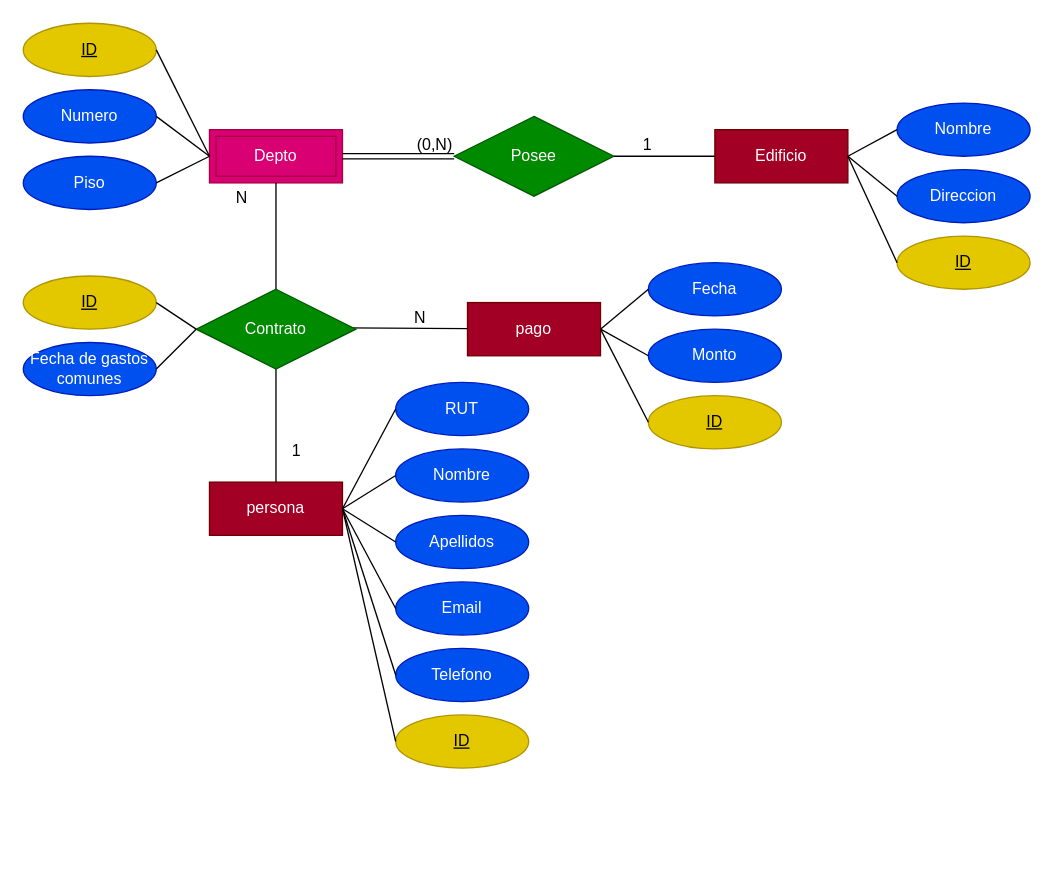
This is Graphs/conserjeriaMR.drawio from MatiassOrellana/NewConsejeria, a draw.io file, before an edit. Source tidied: cells renumbered, new cells numbered last; positions are measured from the earlier drawing's top-left corner, leaving out a move shared by most shapes. Both pictures are drawn from the tidied source at 133%, with x=0, y=0 at pixel (23, 23).
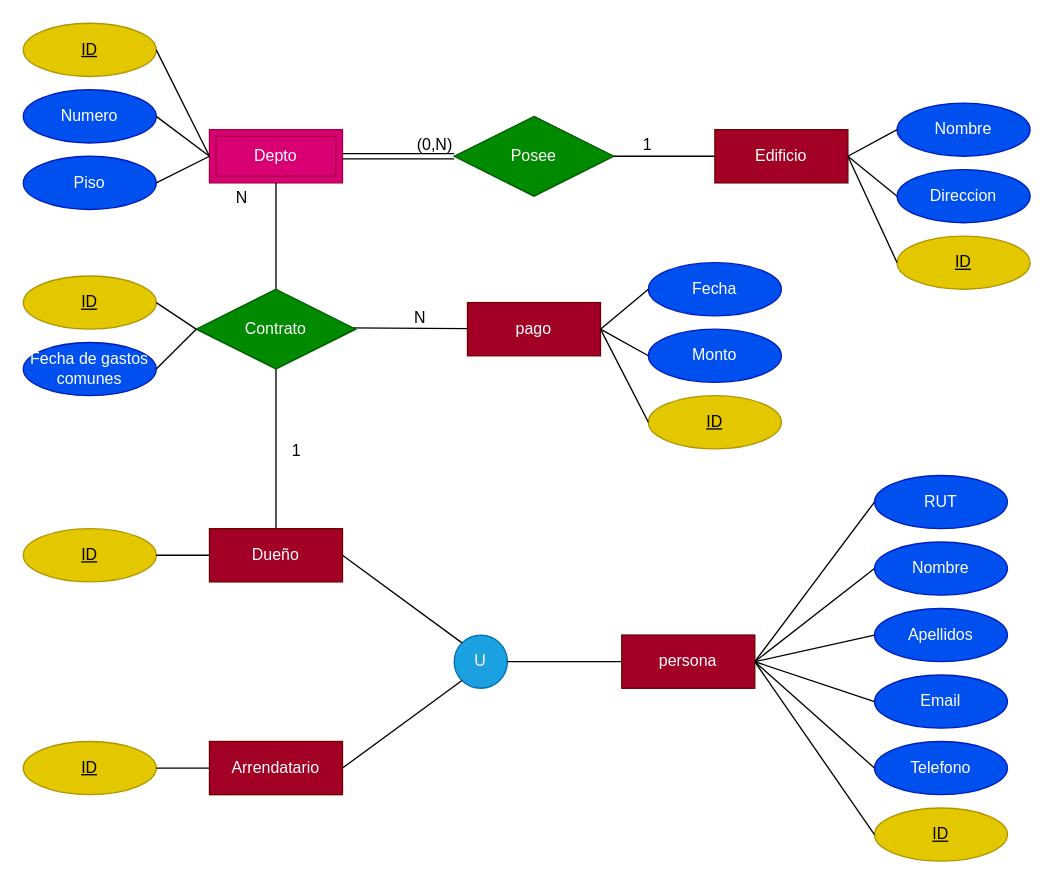
After the change.

Commit message (it also covers changes not shown here):
Modelo ER modificado

Unchanged cells that the change refers to:
```xml
<mxCell id="23" value="Contrato" style="shape=rhombus;perimeter=rhombusPerimeter;whiteSpace=wrap;html=1;align=center;fillColor=#008a00;fontColor=#ffffff;strokeColor=#005700;" parent="1" vertex="1">
  <mxGeometry x="130" y="200" width="120" height="60" as="geometry" />
</mxCell>
```

Diff of the diagram source:
```diff
@@
     <mxCell id="3" value="persona" style="whiteSpace=wrap;html=1;align=center;fillColor=#a20025;fontColor=#ffffff;strokeColor=#6F0000;" parent="1" vertex="1">
-      <mxGeometry x="140" y="345" width="100" height="40" as="geometry" />
+      <mxGeometry x="450" y="460" width="100" height="40" as="geometry" />
     </mxCell>
@@
-    <mxCell id="13" style="endArrow=none;html=1;rounded=0;exitX=0.5;exitY=0;exitDx=0;exitDy=0;entryX=0.5;entryY=1;entryDx=0;entryDy=0;" parent="1" edge="1" source="3" target="23">
+    <mxCell id="13" style="endArrow=none;html=1;rounded=0;entryX=0.5;entryY=1;entryDx=0;entryDy=0;exitX=0.5;exitY=0;exitDx=0;exitDy=0;" parent="1" edge="1" source="52" target="23">
       <mxGeometry relative="1" as="geometry" />
     </mxCell>
@@
     <mxCell id="32" value="RUT" style="ellipse;whiteSpace=wrap;html=1;align=center;fillColor=#0050ef;fontColor=#ffffff;strokeColor=#001DBC;" parent="1" vertex="1">
-      <mxGeometry x="280" y="270" width="100" height="40" as="geometry" />
+      <mxGeometry x="640" y="340" width="100" height="40" as="geometry" />
     </mxCell>
     <mxCell id="33" value="Nombre" style="ellipse;whiteSpace=wrap;html=1;align=center;fillColor=#0050ef;fontColor=#ffffff;strokeColor=#001DBC;" parent="1" vertex="1">
-      <mxGeometry x="280" y="320" width="100" height="40" as="geometry" />
+      <mxGeometry x="640" y="390" width="100" height="40" as="geometry" />
     </mxCell>
     <mxCell id="34" value="Apellidos" style="ellipse;whiteSpace=wrap;html=1;align=center;fillColor=#0050ef;fontColor=#ffffff;strokeColor=#001DBC;" parent="1" vertex="1">
-      <mxGeometry x="280" y="370" width="100" height="40" as="geometry" />
+      <mxGeometry x="640" y="440" width="100" height="40" as="geometry" />
     </mxCell>
     <mxCell id="35" value="Email" style="ellipse;whiteSpace=wrap;html=1;align=center;fillColor=#0050ef;fontColor=#ffffff;strokeColor=#001DBC;" parent="1" vertex="1">
-      <mxGeometry x="280" y="420" width="100" height="40" as="geometry" />
+      <mxGeometry x="640" y="490" width="100" height="40" as="geometry" />
     </mxCell>
     <mxCell id="36" value="Telefono" style="ellipse;whiteSpace=wrap;html=1;align=center;fillColor=#0050ef;fontColor=#ffffff;strokeColor=#001DBC;" parent="1" vertex="1">
-      <mxGeometry x="280" y="470" width="100" height="40" as="geometry" />
+      <mxGeometry x="640" y="540" width="100" height="40" as="geometry" />
     </mxCell>
@@
     <mxCell id="46" value="ID" style="ellipse;whiteSpace=wrap;html=1;align=center;fontStyle=4;fillColor=#e3c800;fontColor=#000000;strokeColor=#B09500;" parent="1" vertex="1">
-      <mxGeometry x="280" y="520" width="100" height="40" as="geometry" />
+      <mxGeometry x="640" y="590" width="100" height="40" as="geometry" />
     </mxCell>
@@
+    <mxCell id="52" value="Dueño" style="whiteSpace=wrap;html=1;align=center;fillColor=#a20025;fontColor=#ffffff;strokeColor=#6F0000;" parent="1" vertex="1">
+      <mxGeometry x="140" y="380" width="100" height="40" as="geometry" />
+    </mxCell>
+    <mxCell id="53" value="ID" style="ellipse;whiteSpace=wrap;html=1;align=center;fontStyle=4;fillColor=#e3c800;fontColor=#000000;strokeColor=#B09500;" parent="1" vertex="1">
+      <mxGeometry y="380" width="100" height="40" as="geometry" />
+    </mxCell>
+    <mxCell id="54" style="endArrow=none;html=1;rounded=0;exitX=1;exitY=0.5;exitDx=0;exitDy=0;entryX=0;entryY=0.5;entryDx=0;entryDy=0;" parent="1" edge="1" source="53" target="52">
+      <mxGeometry relative="1" as="geometry" />
+    </mxCell>
+    <mxCell id="55" value="U" style="ellipse;whiteSpace=wrap;html=1;align=center;fillColor=#1ba1e2;fontColor=#ffffff;strokeColor=#006EAF;" parent="1" vertex="1">
+      <mxGeometry x="324" y="460" width="40" height="40" as="geometry" />
+    </mxCell>
+    <mxCell id="56" style="endArrow=none;html=1;rounded=0;exitX=1;exitY=0.5;exitDx=0;exitDy=0;entryX=0;entryY=0;entryDx=0;entryDy=0;" parent="1" edge="1" source="52" target="55">
+      <mxGeometry relative="1" as="geometry" />
+    </mxCell>
+    <mxCell id="57" style="endArrow=none;html=1;rounded=0;exitX=0;exitY=0.5;exitDx=0;exitDy=0;entryX=1;entryY=0.5;entryDx=0;entryDy=0;" parent="1" edge="1" source="3" target="55">
+      <mxGeometry relative="1" as="geometry" />
+    </mxCell>
+    <mxCell id="58" value="Arrendatario" style="whiteSpace=wrap;html=1;align=center;fillColor=#a20025;fontColor=#ffffff;strokeColor=#6F0000;" parent="1" vertex="1">
+      <mxGeometry x="140" y="540" width="100" height="40" as="geometry" />
+    </mxCell>
+    <mxCell id="59" style="endArrow=none;html=1;rounded=0;exitX=1;exitY=0.5;exitDx=0;exitDy=0;entryX=0;entryY=1;entryDx=0;entryDy=0;" parent="1" edge="1" source="58" target="55">
+      <mxGeometry relative="1" as="geometry" />
+    </mxCell>
+    <mxCell id="60" value="ID" style="ellipse;whiteSpace=wrap;html=1;align=center;fontStyle=4;fillColor=#e3c800;fontColor=#000000;strokeColor=#B09500;" parent="1" vertex="1">
+      <mxGeometry y="540" width="100" height="40" as="geometry" />
+    </mxCell>
+    <mxCell id="61" style="endArrow=none;html=1;rounded=0;exitX=0;exitY=0.5;exitDx=0;exitDy=0;entryX=1;entryY=0.5;entryDx=0;entryDy=0;" parent="1" edge="1" source="58" target="60">
+      <mxGeometry relative="1" as="geometry" />
+    </mxCell>
```
